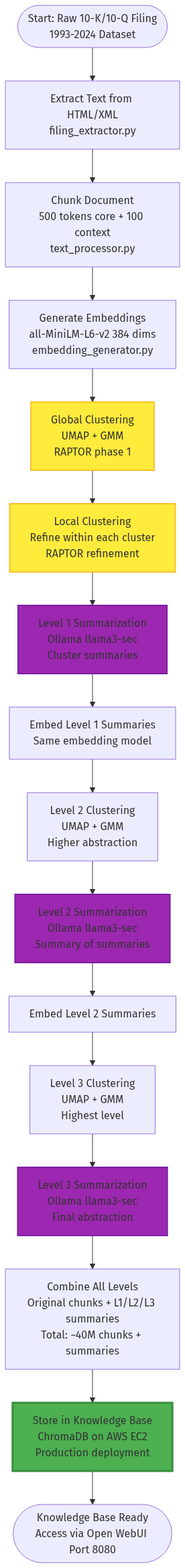
This is notebooks/diagrams/raptor_pipeline.png from kibbbles/edgar_anomaly_detection, a Mermaid export, as it was before one commit. Its source is kept beside it as notebooks/diagrams/raptor_pipeline.mmd.
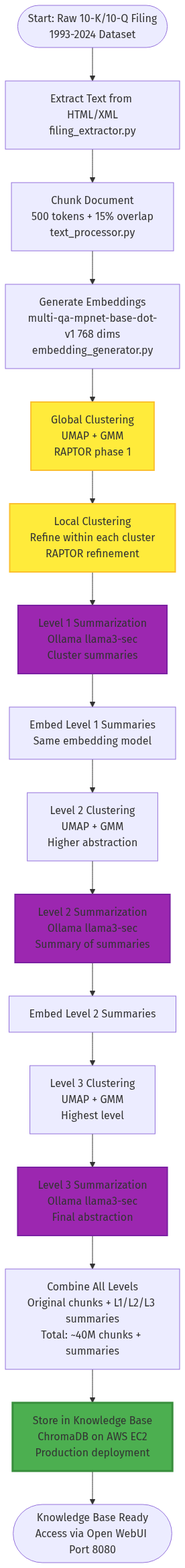
Later version of the same file.

Commit message:
Update RAPTOR pipeline diagram with correct chunking and embedding model

- Change chunking description: "500 tokens core + 100 context" → "500 tokens + 15% overlap"
- Update embedding model: "all-MiniLM-L6-v2 384 dims" → "multi-qa-mpnet-base-dot-v1 768 dims"
- Regenerate raptor_pipeline.png

Generated with [Claude Code](https://claude.com/claude-code)

The edit, as a diff of the source:
```diff
@@ -1,7 +1,7 @@
 flowchart TD
     Start([Start: Raw 10-K/10-Q Filing<br/>1993-2024 Dataset]) --> Extract[Extract Text from HTML/XML<br/>filing_extractor.py]
-    Extract --> Chunk[Chunk Document<br/>500 tokens core + 100 context<br/>text_processor.py]
-    Chunk --> Embed1[Generate Embeddings<br/>all-MiniLM-L6-v2 384 dims<br/>embedding_generator.py]
+    Extract --> Chunk[Chunk Document<br/>500 tokens + 15% overlap<br/>text_processor.py]
+    Chunk --> Embed1[Generate Embeddings<br/>multi-qa-mpnet-base-dot-v1 768 dims<br/>embedding_generator.py]
 
     Embed1 --> GlobalCluster[Global Clustering<br/>UMAP + GMM<br/>RAPTOR phase 1]
     GlobalCluster --> LocalCluster[Local Clustering<br/>Refine within each cluster<br/>RAPTOR refinement]
```
